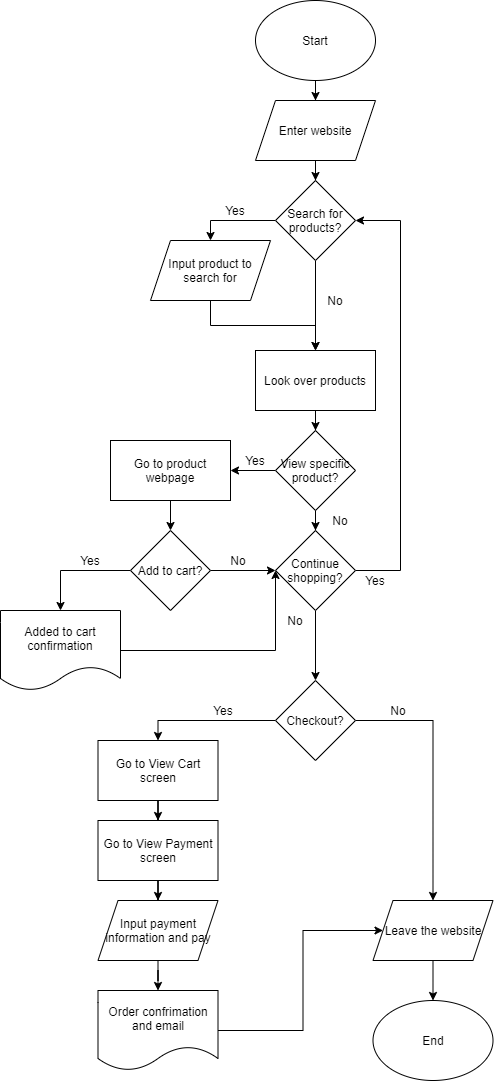
Before: part2/part2.drawio.png, a diagram exported from draw.io (eliasfang/sp21-cse110-lab4). Source tidied: cells renumbered, new cells last; positions are measured from the earlier drawing's top-left corner, leaving out a move shared by most shapes. Source of this version:
```xml
<mxGraphModel>
  <root>
    <mxCell id="0" />
    <mxCell id="1" parent="0" />
    <mxCell id="2" style="edgeStyle=orthogonalEdgeStyle;rounded=0;jettySize=auto;html=1;" parent="1" edge="1" source="3" target="6">
      <mxGeometry relative="1" as="geometry" />
    </mxCell>
    <mxCell id="3" value="Start" style="ellipse;whiteSpace=wrap;html=1;" parent="1" vertex="1">
      <mxGeometry x="255" width="120" height="80" as="geometry" />
    </mxCell>
    <mxCell id="4" value="End" style="ellipse;whiteSpace=wrap;html=1;" parent="1" vertex="1">
      <mxGeometry x="372.5" y="1000" width="120" height="80" as="geometry" />
    </mxCell>
    <mxCell id="5" style="edgeStyle=orthogonalEdgeStyle;rounded=0;jettySize=auto;html=1;" parent="1" edge="1" source="6" target="9">
      <mxGeometry relative="1" as="geometry" />
    </mxCell>
    <mxCell id="6" value="Enter website" style="shape=parallelogram;perimeter=parallelogramPerimeter;whiteSpace=wrap;html=1;fixedSize=1;" parent="1" vertex="1">
      <mxGeometry x="255" y="100" width="120" height="60" as="geometry" />
    </mxCell>
    <mxCell id="7" style="edgeStyle=orthogonalEdgeStyle;rounded=0;jettySize=auto;html=1;entryX=0.5;entryY=0;entryDx=0;entryDy=0;" parent="1" edge="1" source="9" target="13">
      <mxGeometry relative="1" as="geometry" />
    </mxCell>
    <mxCell id="8" style="edgeStyle=orthogonalEdgeStyle;rounded=0;jettySize=auto;html=1;" parent="1" edge="1" source="9" target="15">
      <mxGeometry relative="1" as="geometry" />
    </mxCell>
    <mxCell id="9" value="Search for products?" style="rhombus;whiteSpace=wrap;html=1;" parent="1" vertex="1">
      <mxGeometry x="275" y="180" width="80" height="80" as="geometry" />
    </mxCell>
    <mxCell id="10" value="Yes" style="text;html=1;strokeColor=none;fillColor=none;align=center;verticalAlign=middle;whiteSpace=wrap;rounded=0;" parent="1" vertex="1">
      <mxGeometry x="215" y="200" width="40" height="20" as="geometry" />
    </mxCell>
    <mxCell id="11" value="No" style="text;html=1;strokeColor=none;fillColor=none;align=center;verticalAlign=middle;whiteSpace=wrap;rounded=0;" parent="1" vertex="1">
      <mxGeometry x="315" y="290" width="40" height="20" as="geometry" />
    </mxCell>
    <mxCell id="12" style="edgeStyle=orthogonalEdgeStyle;rounded=0;jettySize=auto;html=1;entryX=0.5;entryY=0;entryDx=0;entryDy=0;" parent="1" edge="1" source="13" target="15">
      <mxGeometry relative="1" as="geometry" />
    </mxCell>
    <mxCell id="13" value="Input product to search for" style="shape=parallelogram;perimeter=parallelogramPerimeter;whiteSpace=wrap;html=1;fixedSize=1;" parent="1" vertex="1">
      <mxGeometry x="150" y="240" width="120" height="60" as="geometry" />
    </mxCell>
    <mxCell id="14" style="edgeStyle=orthogonalEdgeStyle;rounded=0;jettySize=auto;html=1;entryX=0.5;entryY=0;entryDx=0;entryDy=0;" parent="1" edge="1" source="15" target="18">
      <mxGeometry relative="1" as="geometry" />
    </mxCell>
    <mxCell id="15" value="Look over products" style="rounded=0;whiteSpace=wrap;html=1;" parent="1" vertex="1">
      <mxGeometry x="255" y="350" width="120" height="60" as="geometry" />
    </mxCell>
    <mxCell id="16" style="edgeStyle=orthogonalEdgeStyle;rounded=0;jettySize=auto;html=1;entryX=1;entryY=0.5;entryDx=0;entryDy=0;" parent="1" edge="1" source="18" target="34">
      <mxGeometry relative="1" as="geometry" />
    </mxCell>
    <mxCell id="17" style="edgeStyle=orthogonalEdgeStyle;rounded=0;jettySize=auto;html=1;entryX=0.5;entryY=0;entryDx=0;entryDy=0;" parent="1" edge="1" source="18" target="23">
      <mxGeometry relative="1" as="geometry" />
    </mxCell>
    <mxCell id="18" value="View specific product?" style="rhombus;whiteSpace=wrap;html=1;" parent="1" vertex="1">
      <mxGeometry x="275" y="430" width="80" height="80" as="geometry" />
    </mxCell>
    <mxCell id="19" value="Yes" style="text;html=1;strokeColor=none;fillColor=none;align=center;verticalAlign=middle;whiteSpace=wrap;rounded=0;" parent="1" vertex="1">
      <mxGeometry x="235" y="450" width="40" height="20" as="geometry" />
    </mxCell>
    <mxCell id="20" value="No" style="text;html=1;strokeColor=none;fillColor=none;align=center;verticalAlign=middle;whiteSpace=wrap;rounded=0;" parent="1" vertex="1">
      <mxGeometry x="320" y="510" width="40" height="20" as="geometry" />
    </mxCell>
    <mxCell id="21" style="edgeStyle=orthogonalEdgeStyle;rounded=0;jettySize=auto;html=1;entryX=1;entryY=0.5;entryDx=0;entryDy=0;exitX=1;exitY=0.5;exitDx=0;exitDy=0;" parent="1" edge="1" source="23" target="9">
      <mxGeometry relative="1" as="geometry">
        <Array as="points">
          <mxPoint x="400" y="570" />
          <mxPoint x="400" y="220" />
        </Array>
      </mxGeometry>
    </mxCell>
    <mxCell id="22" style="edgeStyle=orthogonalEdgeStyle;rounded=0;jettySize=auto;html=1;" parent="1" edge="1" source="23" target="28">
      <mxGeometry relative="1" as="geometry" />
    </mxCell>
    <mxCell id="23" value="Continue shopping?" style="rhombus;whiteSpace=wrap;html=1;" parent="1" vertex="1">
      <mxGeometry x="275" y="530" width="80" height="80" as="geometry" />
    </mxCell>
    <mxCell id="24" value="Yes" style="text;html=1;strokeColor=none;fillColor=none;align=center;verticalAlign=middle;whiteSpace=wrap;rounded=0;" parent="1" vertex="1">
      <mxGeometry x="355" y="570" width="40" height="20" as="geometry" />
    </mxCell>
    <mxCell id="25" value="No" style="text;html=1;strokeColor=none;fillColor=none;align=center;verticalAlign=middle;whiteSpace=wrap;rounded=0;" parent="1" vertex="1">
      <mxGeometry x="275" y="610" width="40" height="20" as="geometry" />
    </mxCell>
    <mxCell id="26" style="edgeStyle=orthogonalEdgeStyle;rounded=0;jettySize=auto;html=1;" parent="1" edge="1" source="28" target="30">
      <mxGeometry relative="1" as="geometry" />
    </mxCell>
    <mxCell id="27" style="edgeStyle=orthogonalEdgeStyle;rounded=0;jettySize=auto;html=1;entryX=0.5;entryY=0;entryDx=0;entryDy=0;" parent="1" edge="1" source="28" target="36">
      <mxGeometry relative="1" as="geometry" />
    </mxCell>
    <mxCell id="28" value="Checkout?" style="rhombus;whiteSpace=wrap;html=1;" parent="1" vertex="1">
      <mxGeometry x="275" y="680" width="80" height="80" as="geometry" />
    </mxCell>
    <mxCell id="29" style="edgeStyle=orthogonalEdgeStyle;rounded=0;jettySize=auto;html=1;entryX=0.5;entryY=0;entryDx=0;entryDy=0;" parent="1" edge="1" source="30" target="4">
      <mxGeometry relative="1" as="geometry" />
    </mxCell>
    <mxCell id="30" value="Leave the website" style="shape=parallelogram;perimeter=parallelogramPerimeter;whiteSpace=wrap;html=1;fixedSize=1;" parent="1" vertex="1">
      <mxGeometry x="372.5" y="900" width="120" height="60" as="geometry" />
    </mxCell>
    <mxCell id="31" value="No" style="text;html=1;strokeColor=none;fillColor=none;align=center;verticalAlign=middle;whiteSpace=wrap;rounded=0;" parent="1" vertex="1">
      <mxGeometry x="377.5" y="700" width="40" height="20" as="geometry" />
    </mxCell>
    <mxCell id="32" value="Yes" style="text;html=1;strokeColor=none;fillColor=none;align=center;verticalAlign=middle;whiteSpace=wrap;rounded=0;" parent="1" vertex="1">
      <mxGeometry x="202.5" y="700" width="40" height="20" as="geometry" />
    </mxCell>
    <mxCell id="33" style="edgeStyle=orthogonalEdgeStyle;rounded=0;jettySize=auto;html=1;" parent="1" edge="1" source="34" target="45">
      <mxGeometry relative="1" as="geometry" />
    </mxCell>
    <mxCell id="34" value="Go to product webpage" style="rounded=0;whiteSpace=wrap;html=1;" parent="1" vertex="1">
      <mxGeometry x="110" y="440" width="120" height="60" as="geometry" />
    </mxCell>
    <mxCell id="35" style="edgeStyle=orthogonalEdgeStyle;rounded=0;jettySize=auto;html=1;" parent="1" edge="1" source="36" target="38">
      <mxGeometry relative="1" as="geometry" />
    </mxCell>
    <mxCell id="36" value="Go to View Cart screen" style="rounded=0;whiteSpace=wrap;html=1;" parent="1" vertex="1">
      <mxGeometry x="97.5" y="740" width="120" height="60" as="geometry" />
    </mxCell>
    <mxCell id="37" style="edgeStyle=orthogonalEdgeStyle;rounded=0;jettySize=auto;html=1;entryX=0.5;entryY=0;entryDx=0;entryDy=0;" parent="1" edge="1" source="38" target="40">
      <mxGeometry relative="1" as="geometry" />
    </mxCell>
    <mxCell id="38" value="Go to View Payment screen" style="rounded=0;whiteSpace=wrap;html=1;" parent="1" vertex="1">
      <mxGeometry x="97.5" y="820" width="120" height="60" as="geometry" />
    </mxCell>
    <mxCell id="39" style="edgeStyle=orthogonalEdgeStyle;rounded=0;jettySize=auto;html=1;" parent="1" edge="1" source="40" target="42">
      <mxGeometry relative="1" as="geometry" />
    </mxCell>
    <mxCell id="40" value="Input payment information and pay" style="shape=parallelogram;perimeter=parallelogramPerimeter;whiteSpace=wrap;html=1;fixedSize=1;" parent="1" vertex="1">
      <mxGeometry x="97.5" y="900" width="120" height="60" as="geometry" />
    </mxCell>
    <mxCell id="41" style="edgeStyle=orthogonalEdgeStyle;rounded=0;jettySize=auto;html=1;entryX=0;entryY=0.5;entryDx=0;entryDy=0;" parent="1" edge="1" source="42" target="30">
      <mxGeometry relative="1" as="geometry">
        <Array as="points">
          <mxPoint x="302.5" y="1030" />
          <mxPoint x="302.5" y="930" />
        </Array>
      </mxGeometry>
    </mxCell>
    <mxCell id="42" value="Order confrimation and email" style="shape=document;whiteSpace=wrap;html=1;boundedLbl=1;" parent="1" vertex="1">
      <mxGeometry x="97.5" y="990" width="120" height="80" as="geometry" />
    </mxCell>
    <mxCell id="43" style="edgeStyle=orthogonalEdgeStyle;rounded=0;jettySize=auto;html=1;entryX=0;entryY=0.5;entryDx=0;entryDy=0;" parent="1" edge="1" source="45" target="23">
      <mxGeometry relative="1" as="geometry" />
    </mxCell>
    <mxCell id="44" style="edgeStyle=orthogonalEdgeStyle;rounded=0;jettySize=auto;html=1;entryX=0.5;entryY=0;entryDx=0;entryDy=0;" parent="1" edge="1" source="45" target="48">
      <mxGeometry relative="1" as="geometry" />
    </mxCell>
    <mxCell id="45" value="Add to cart?" style="rhombus;whiteSpace=wrap;html=1;" parent="1" vertex="1">
      <mxGeometry x="130" y="530" width="80" height="80" as="geometry" />
    </mxCell>
    <mxCell id="46" value="No" style="text;html=1;strokeColor=none;fillColor=none;align=center;verticalAlign=middle;whiteSpace=wrap;rounded=0;" parent="1" vertex="1">
      <mxGeometry x="217.5" y="550" width="40" height="20" as="geometry" />
    </mxCell>
    <mxCell id="47" style="edgeStyle=orthogonalEdgeStyle;rounded=0;jettySize=auto;html=1;entryX=0;entryY=0.5;entryDx=0;entryDy=0;" parent="1" edge="1" source="48" target="23">
      <mxGeometry relative="1" as="geometry">
        <Array as="points">
          <mxPoint x="275" y="650" />
        </Array>
      </mxGeometry>
    </mxCell>
    <mxCell id="48" value="Added to cart confirmation" style="shape=document;whiteSpace=wrap;html=1;boundedLbl=1;" parent="1" vertex="1">
      <mxGeometry y="610" width="120" height="80" as="geometry" />
    </mxCell>
    <mxCell id="49" value="Yes" style="text;html=1;strokeColor=none;fillColor=none;align=center;verticalAlign=middle;whiteSpace=wrap;rounded=0;" parent="1" vertex="1">
      <mxGeometry x="70" y="550" width="40" height="20" as="geometry" />
    </mxCell>
  </root>
</mxGraphModel>
```
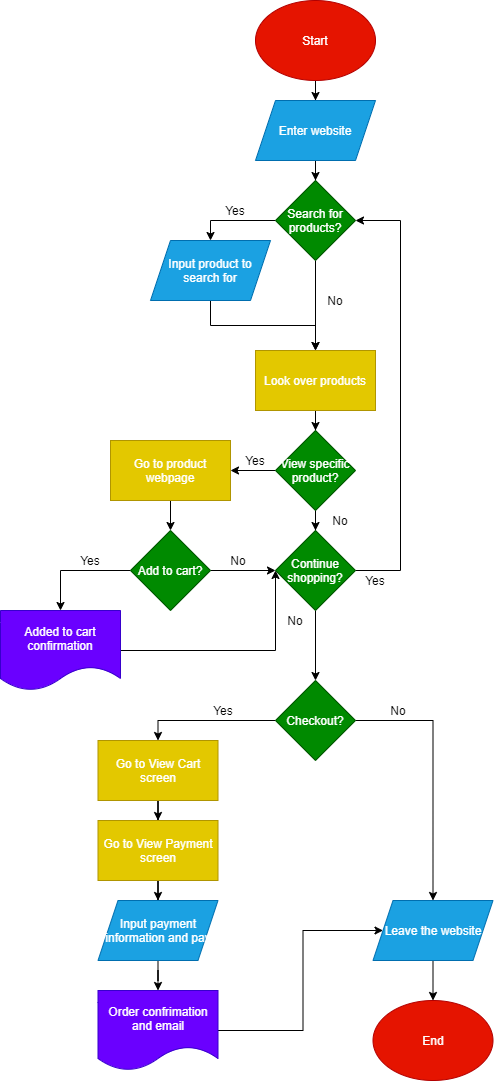
The same file after the commit.

Commit message:
Add color to flowchart

Diff of the diagram source:
```diff
@@ -5,16 +5,16 @@
     <mxCell id="2" style="edgeStyle=orthogonalEdgeStyle;rounded=0;jettySize=auto;html=1;" parent="1" edge="1" source="3" target="6">
       <mxGeometry relative="1" as="geometry" />
     </mxCell>
-    <mxCell id="3" value="Start" style="ellipse;whiteSpace=wrap;html=1;" parent="1" vertex="1">
+    <mxCell id="3" value="Start" style="ellipse;whiteSpace=wrap;html=1;fillColor=#e51400;strokeColor=#B20000;fontColor=#ffffff;" parent="1" vertex="1">
       <mxGeometry x="255" width="120" height="80" as="geometry" />
     </mxCell>
-    <mxCell id="4" value="End" style="ellipse;whiteSpace=wrap;html=1;" parent="1" vertex="1">
+    <mxCell id="4" value="End" style="ellipse;whiteSpace=wrap;html=1;fillColor=#e51400;strokeColor=#B20000;fontColor=#ffffff;" parent="1" vertex="1">
       <mxGeometry x="372.5" y="1000" width="120" height="80" as="geometry" />
     </mxCell>
     <mxCell id="5" style="edgeStyle=orthogonalEdgeStyle;rounded=0;jettySize=auto;html=1;" parent="1" edge="1" source="6" target="9">
       <mxGeometry relative="1" as="geometry" />
     </mxCell>
-    <mxCell id="6" value="Enter website" style="shape=parallelogram;perimeter=parallelogramPerimeter;whiteSpace=wrap;html=1;fixedSize=1;" parent="1" vertex="1">
+    <mxCell id="6" value="Enter website" style="shape=parallelogram;perimeter=parallelogramPerimeter;whiteSpace=wrap;html=1;fixedSize=1;fillColor=#1ba1e2;strokeColor=#006EAF;fontColor=#ffffff;" parent="1" vertex="1">
       <mxGeometry x="255" y="100" width="120" height="60" as="geometry" />
     </mxCell>
     <mxCell id="7" style="edgeStyle=orthogonalEdgeStyle;rounded=0;jettySize=auto;html=1;entryX=0.5;entryY=0;entryDx=0;entryDy=0;" parent="1" edge="1" source="9" target="13">
@@ -23,7 +23,7 @@
     <mxCell id="8" style="edgeStyle=orthogonalEdgeStyle;rounded=0;jettySize=auto;html=1;" parent="1" edge="1" source="9" target="15">
       <mxGeometry relative="1" as="geometry" />
     </mxCell>
-    <mxCell id="9" value="Search for products?" style="rhombus;whiteSpace=wrap;html=1;" parent="1" vertex="1">
+    <mxCell id="9" value="Search for products?" style="rhombus;whiteSpace=wrap;html=1;fillColor=#008a00;strokeColor=#005700;fontColor=#ffffff;" parent="1" vertex="1">
       <mxGeometry x="275" y="180" width="80" height="80" as="geometry" />
     </mxCell>
     <mxCell id="10" value="Yes" style="text;html=1;strokeColor=none;fillColor=none;align=center;verticalAlign=middle;whiteSpace=wrap;rounded=0;" parent="1" vertex="1">
@@ -35,13 +35,13 @@
     <mxCell id="12" style="edgeStyle=orthogonalEdgeStyle;rounded=0;jettySize=auto;html=1;entryX=0.5;entryY=0;entryDx=0;entryDy=0;" parent="1" edge="1" source="13" target="15">
       <mxGeometry relative="1" as="geometry" />
     </mxCell>
-    <mxCell id="13" value="Input product to search for" style="shape=parallelogram;perimeter=parallelogramPerimeter;whiteSpace=wrap;html=1;fixedSize=1;" parent="1" vertex="1">
+    <mxCell id="13" value="Input product to search for" style="shape=parallelogram;perimeter=parallelogramPerimeter;whiteSpace=wrap;html=1;fixedSize=1;fillColor=#1ba1e2;strokeColor=#006EAF;fontColor=#ffffff;" parent="1" vertex="1">
       <mxGeometry x="150" y="240" width="120" height="60" as="geometry" />
     </mxCell>
     <mxCell id="14" style="edgeStyle=orthogonalEdgeStyle;rounded=0;jettySize=auto;html=1;entryX=0.5;entryY=0;entryDx=0;entryDy=0;" parent="1" edge="1" source="15" target="18">
       <mxGeometry relative="1" as="geometry" />
     </mxCell>
-    <mxCell id="15" value="Look over products" style="rounded=0;whiteSpace=wrap;html=1;" parent="1" vertex="1">
+    <mxCell id="15" value="Look over products" style="rounded=0;whiteSpace=wrap;html=1;fillColor=#e3c800;strokeColor=#B09500;fontColor=#ffffff;" parent="1" vertex="1">
       <mxGeometry x="255" y="350" width="120" height="60" as="geometry" />
     </mxCell>
     <mxCell id="16" style="edgeStyle=orthogonalEdgeStyle;rounded=0;jettySize=auto;html=1;entryX=1;entryY=0.5;entryDx=0;entryDy=0;" parent="1" edge="1" source="18" target="34">
@@ -50,7 +50,7 @@
     <mxCell id="17" style="edgeStyle=orthogonalEdgeStyle;rounded=0;jettySize=auto;html=1;entryX=0.5;entryY=0;entryDx=0;entryDy=0;" parent="1" edge="1" source="18" target="23">
       <mxGeometry relative="1" as="geometry" />
     </mxCell>
-    <mxCell id="18" value="View specific product?" style="rhombus;whiteSpace=wrap;html=1;" parent="1" vertex="1">
+    <mxCell id="18" value="View specific product?" style="rhombus;whiteSpace=wrap;html=1;fillColor=#008a00;strokeColor=#005700;fontColor=#ffffff;" parent="1" vertex="1">
       <mxGeometry x="275" y="430" width="80" height="80" as="geometry" />
     </mxCell>
     <mxCell id="19" value="Yes" style="text;html=1;strokeColor=none;fillColor=none;align=center;verticalAlign=middle;whiteSpace=wrap;rounded=0;" parent="1" vertex="1">
@@ -70,7 +70,7 @@
     <mxCell id="22" style="edgeStyle=orthogonalEdgeStyle;rounded=0;jettySize=auto;html=1;" parent="1" edge="1" source="23" target="28">
       <mxGeometry relative="1" as="geometry" />
     </mxCell>
-    <mxCell id="23" value="Continue shopping?" style="rhombus;whiteSpace=wrap;html=1;" parent="1" vertex="1">
+    <mxCell id="23" value="Continue shopping?" style="rhombus;whiteSpace=wrap;html=1;fillColor=#008a00;strokeColor=#005700;fontColor=#ffffff;" parent="1" vertex="1">
       <mxGeometry x="275" y="530" width="80" height="80" as="geometry" />
     </mxCell>
     <mxCell id="24" value="Yes" style="text;html=1;strokeColor=none;fillColor=none;align=center;verticalAlign=middle;whiteSpace=wrap;rounded=0;" parent="1" vertex="1">
@@ -85,13 +85,13 @@
     <mxCell id="27" style="edgeStyle=orthogonalEdgeStyle;rounded=0;jettySize=auto;html=1;entryX=0.5;entryY=0;entryDx=0;entryDy=0;" parent="1" edge="1" source="28" target="36">
       <mxGeometry relative="1" as="geometry" />
     </mxCell>
-    <mxCell id="28" value="Checkout?" style="rhombus;whiteSpace=wrap;html=1;" parent="1" vertex="1">
+    <mxCell id="28" value="Checkout?" style="rhombus;whiteSpace=wrap;html=1;fillColor=#008a00;strokeColor=#005700;fontColor=#ffffff;" parent="1" vertex="1">
       <mxGeometry x="275" y="680" width="80" height="80" as="geometry" />
     </mxCell>
     <mxCell id="29" style="edgeStyle=orthogonalEdgeStyle;rounded=0;jettySize=auto;html=1;entryX=0.5;entryY=0;entryDx=0;entryDy=0;" parent="1" edge="1" source="30" target="4">
       <mxGeometry relative="1" as="geometry" />
     </mxCell>
-    <mxCell id="30" value="Leave the website" style="shape=parallelogram;perimeter=parallelogramPerimeter;whiteSpace=wrap;html=1;fixedSize=1;" parent="1" vertex="1">
+    <mxCell id="30" value="Leave the website" style="shape=parallelogram;perimeter=parallelogramPerimeter;whiteSpace=wrap;html=1;fixedSize=1;fillColor=#1ba1e2;strokeColor=#006EAF;fontColor=#ffffff;" parent="1" vertex="1">
       <mxGeometry x="372.5" y="900" width="120" height="60" as="geometry" />
     </mxCell>
     <mxCell id="31" value="No" style="text;html=1;strokeColor=none;fillColor=none;align=center;verticalAlign=middle;whiteSpace=wrap;rounded=0;" parent="1" vertex="1">
@@ -103,25 +103,25 @@
     <mxCell id="33" style="edgeStyle=orthogonalEdgeStyle;rounded=0;jettySize=auto;html=1;" parent="1" edge="1" source="34" target="45">
       <mxGeometry relative="1" as="geometry" />
     </mxCell>
-    <mxCell id="34" value="Go to product webpage" style="rounded=0;whiteSpace=wrap;html=1;" parent="1" vertex="1">
+    <mxCell id="34" value="Go to product webpage" style="rounded=0;whiteSpace=wrap;html=1;fillColor=#e3c800;strokeColor=#B09500;fontColor=#ffffff;" parent="1" vertex="1">
       <mxGeometry x="110" y="440" width="120" height="60" as="geometry" />
     </mxCell>
     <mxCell id="35" style="edgeStyle=orthogonalEdgeStyle;rounded=0;jettySize=auto;html=1;" parent="1" edge="1" source="36" target="38">
       <mxGeometry relative="1" as="geometry" />
     </mxCell>
-    <mxCell id="36" value="Go to View Cart screen" style="rounded=0;whiteSpace=wrap;html=1;" parent="1" vertex="1">
+    <mxCell id="36" value="Go to View Cart screen" style="rounded=0;whiteSpace=wrap;html=1;fillColor=#e3c800;strokeColor=#B09500;fontColor=#ffffff;" parent="1" vertex="1">
       <mxGeometry x="97.5" y="740" width="120" height="60" as="geometry" />
     </mxCell>
     <mxCell id="37" style="edgeStyle=orthogonalEdgeStyle;rounded=0;jettySize=auto;html=1;entryX=0.5;entryY=0;entryDx=0;entryDy=0;" parent="1" edge="1" source="38" target="40">
       <mxGeometry relative="1" as="geometry" />
     </mxCell>
-    <mxCell id="38" value="Go to View Payment screen" style="rounded=0;whiteSpace=wrap;html=1;" parent="1" vertex="1">
+    <mxCell id="38" value="Go to View Payment screen" style="rounded=0;whiteSpace=wrap;html=1;fillColor=#e3c800;strokeColor=#B09500;fontColor=#ffffff;" parent="1" vertex="1">
       <mxGeometry x="97.5" y="820" width="120" height="60" as="geometry" />
     </mxCell>
     <mxCell id="39" style="edgeStyle=orthogonalEdgeStyle;rounded=0;jettySize=auto;html=1;" parent="1" edge="1" source="40" target="42">
       <mxGeometry relative="1" as="geometry" />
     </mxCell>
-    <mxCell id="40" value="Input payment information and pay" style="shape=parallelogram;perimeter=parallelogramPerimeter;whiteSpace=wrap;html=1;fixedSize=1;" parent="1" vertex="1">
+    <mxCell id="40" value="Input payment information and pay" style="shape=parallelogram;perimeter=parallelogramPerimeter;whiteSpace=wrap;html=1;fixedSize=1;fillColor=#1ba1e2;strokeColor=#006EAF;fontColor=#ffffff;" parent="1" vertex="1">
       <mxGeometry x="97.5" y="900" width="120" height="60" as="geometry" />
     </mxCell>
     <mxCell id="41" style="edgeStyle=orthogonalEdgeStyle;rounded=0;jettySize=auto;html=1;entryX=0;entryY=0.5;entryDx=0;entryDy=0;" parent="1" edge="1" source="42" target="30">
@@ -132,7 +132,7 @@
         </Array>
       </mxGeometry>
     </mxCell>
-    <mxCell id="42" value="Order confrimation and email" style="shape=document;whiteSpace=wrap;html=1;boundedLbl=1;" parent="1" vertex="1">
+    <mxCell id="42" value="Order confrimation and email" style="shape=document;whiteSpace=wrap;html=1;boundedLbl=1;fillColor=#6a00ff;strokeColor=#3700CC;fontColor=#ffffff;" parent="1" vertex="1">
       <mxGeometry x="97.5" y="990" width="120" height="80" as="geometry" />
     </mxCell>
     <mxCell id="43" style="edgeStyle=orthogonalEdgeStyle;rounded=0;jettySize=auto;html=1;entryX=0;entryY=0.5;entryDx=0;entryDy=0;" parent="1" edge="1" source="45" target="23">
@@ -141,7 +141,7 @@
     <mxCell id="44" style="edgeStyle=orthogonalEdgeStyle;rounded=0;jettySize=auto;html=1;entryX=0.5;entryY=0;entryDx=0;entryDy=0;" parent="1" edge="1" source="45" target="48">
       <mxGeometry relative="1" as="geometry" />
     </mxCell>
-    <mxCell id="45" value="Add to cart?" style="rhombus;whiteSpace=wrap;html=1;" parent="1" vertex="1">
+    <mxCell id="45" value="Add to cart?" style="rhombus;whiteSpace=wrap;html=1;fillColor=#008a00;strokeColor=#005700;fontColor=#ffffff;" parent="1" vertex="1">
       <mxGeometry x="130" y="530" width="80" height="80" as="geometry" />
     </mxCell>
     <mxCell id="46" value="No" style="text;html=1;strokeColor=none;fillColor=none;align=center;verticalAlign=middle;whiteSpace=wrap;rounded=0;" parent="1" vertex="1">
@@ -154,7 +154,7 @@
         </Array>
       </mxGeometry>
     </mxCell>
-    <mxCell id="48" value="Added to cart confirmation" style="shape=document;whiteSpace=wrap;html=1;boundedLbl=1;" parent="1" vertex="1">
+    <mxCell id="48" value="Added to cart confirmation" style="shape=document;whiteSpace=wrap;html=1;boundedLbl=1;fillColor=#6a00ff;strokeColor=#3700CC;fontColor=#ffffff;" parent="1" vertex="1">
       <mxGeometry y="610" width="120" height="80" as="geometry" />
     </mxCell>
     <mxCell id="49" value="Yes" style="text;html=1;strokeColor=none;fillColor=none;align=center;verticalAlign=middle;whiteSpace=wrap;rounded=0;" parent="1" vertex="1">
```
